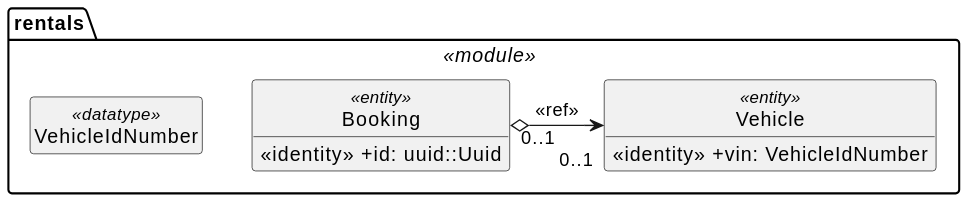
The PlantUML diagram docs/uml-ex-entity.svg in sdm-lang/tree-sitter-sdml, before a commit. The source it was exported from:
```plantuml
@startuml
skinparam backgroundColor transparent
hide circle
hide empty members

package rentals <<module>> {
    class VehicleIdNumber <<datatype>> {}
    class Vehicle <<entity>> {
        <<identity>> +vin: VehicleIdNumber
    }
    class Booking <<entity>> {
        <<identity>> +id: uuid::Uuid
    }
    Booking "0..1" o--r-> "\n0..1" Vehicle: <<ref>>
}
@enduml
```
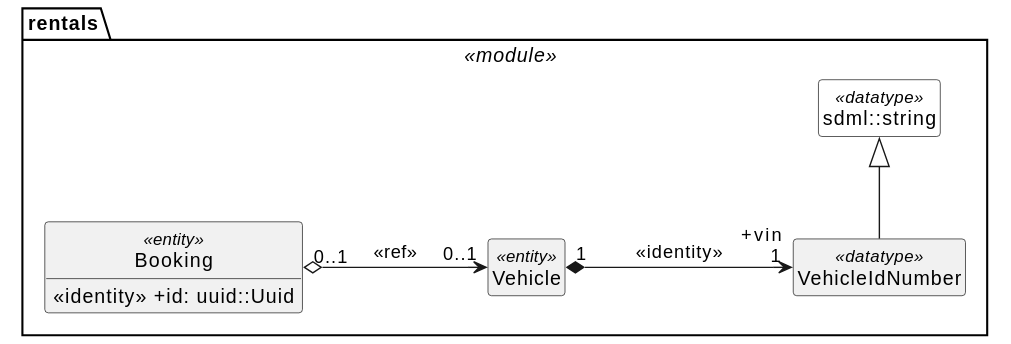
Above is the later version.

Change to the diagram source:
```diff
@@ -1,16 +1,21 @@
 @startuml
 skinparam backgroundColor transparent
+skinparam style strictuml
+skinparam linetype polyline
+skinparam nodesep 100
+
 hide circle
 hide empty members
 
 package rentals <<module>> {
+    class "sdml::string" as string <<datatype>> #white {}
     class VehicleIdNumber <<datatype>> {}
-    class Vehicle <<entity>> {
-        <<identity>> +vin: VehicleIdNumber
-    }
+    class Vehicle <<entity>> {}
     class Booking <<entity>> {
         <<identity>> +id: uuid::Uuid
     }
-    Booking "0..1" o--r-> "\n0..1" Vehicle: <<ref>>
+    VehicleIdNumber -up-|> string
+    Booking "\l0..1" o--r-> "\r0..1" Vehicle: <<ref>>
+    Vehicle "\l1" *--r--> "+vin\r1" VehicleIdNumber: <<identity>>
 }
 @enduml
```
